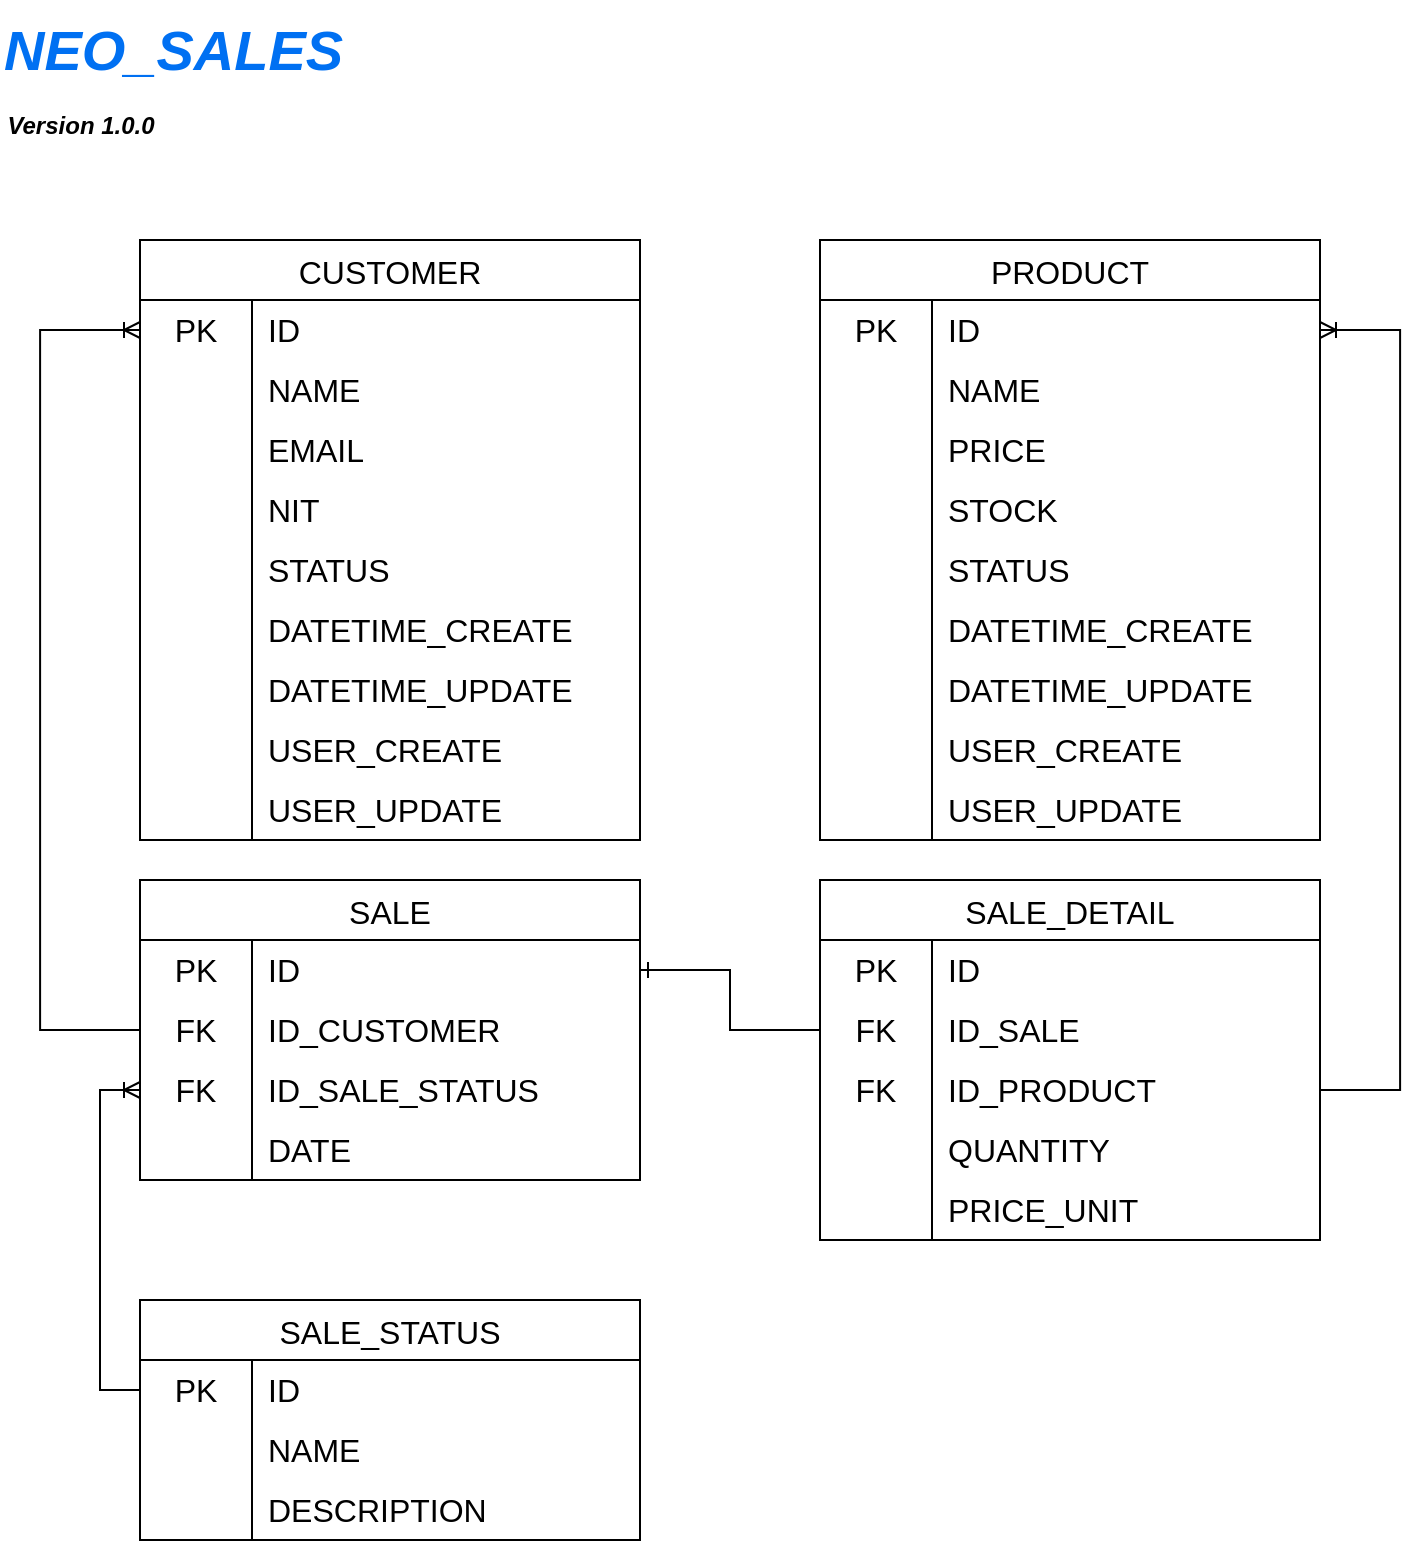
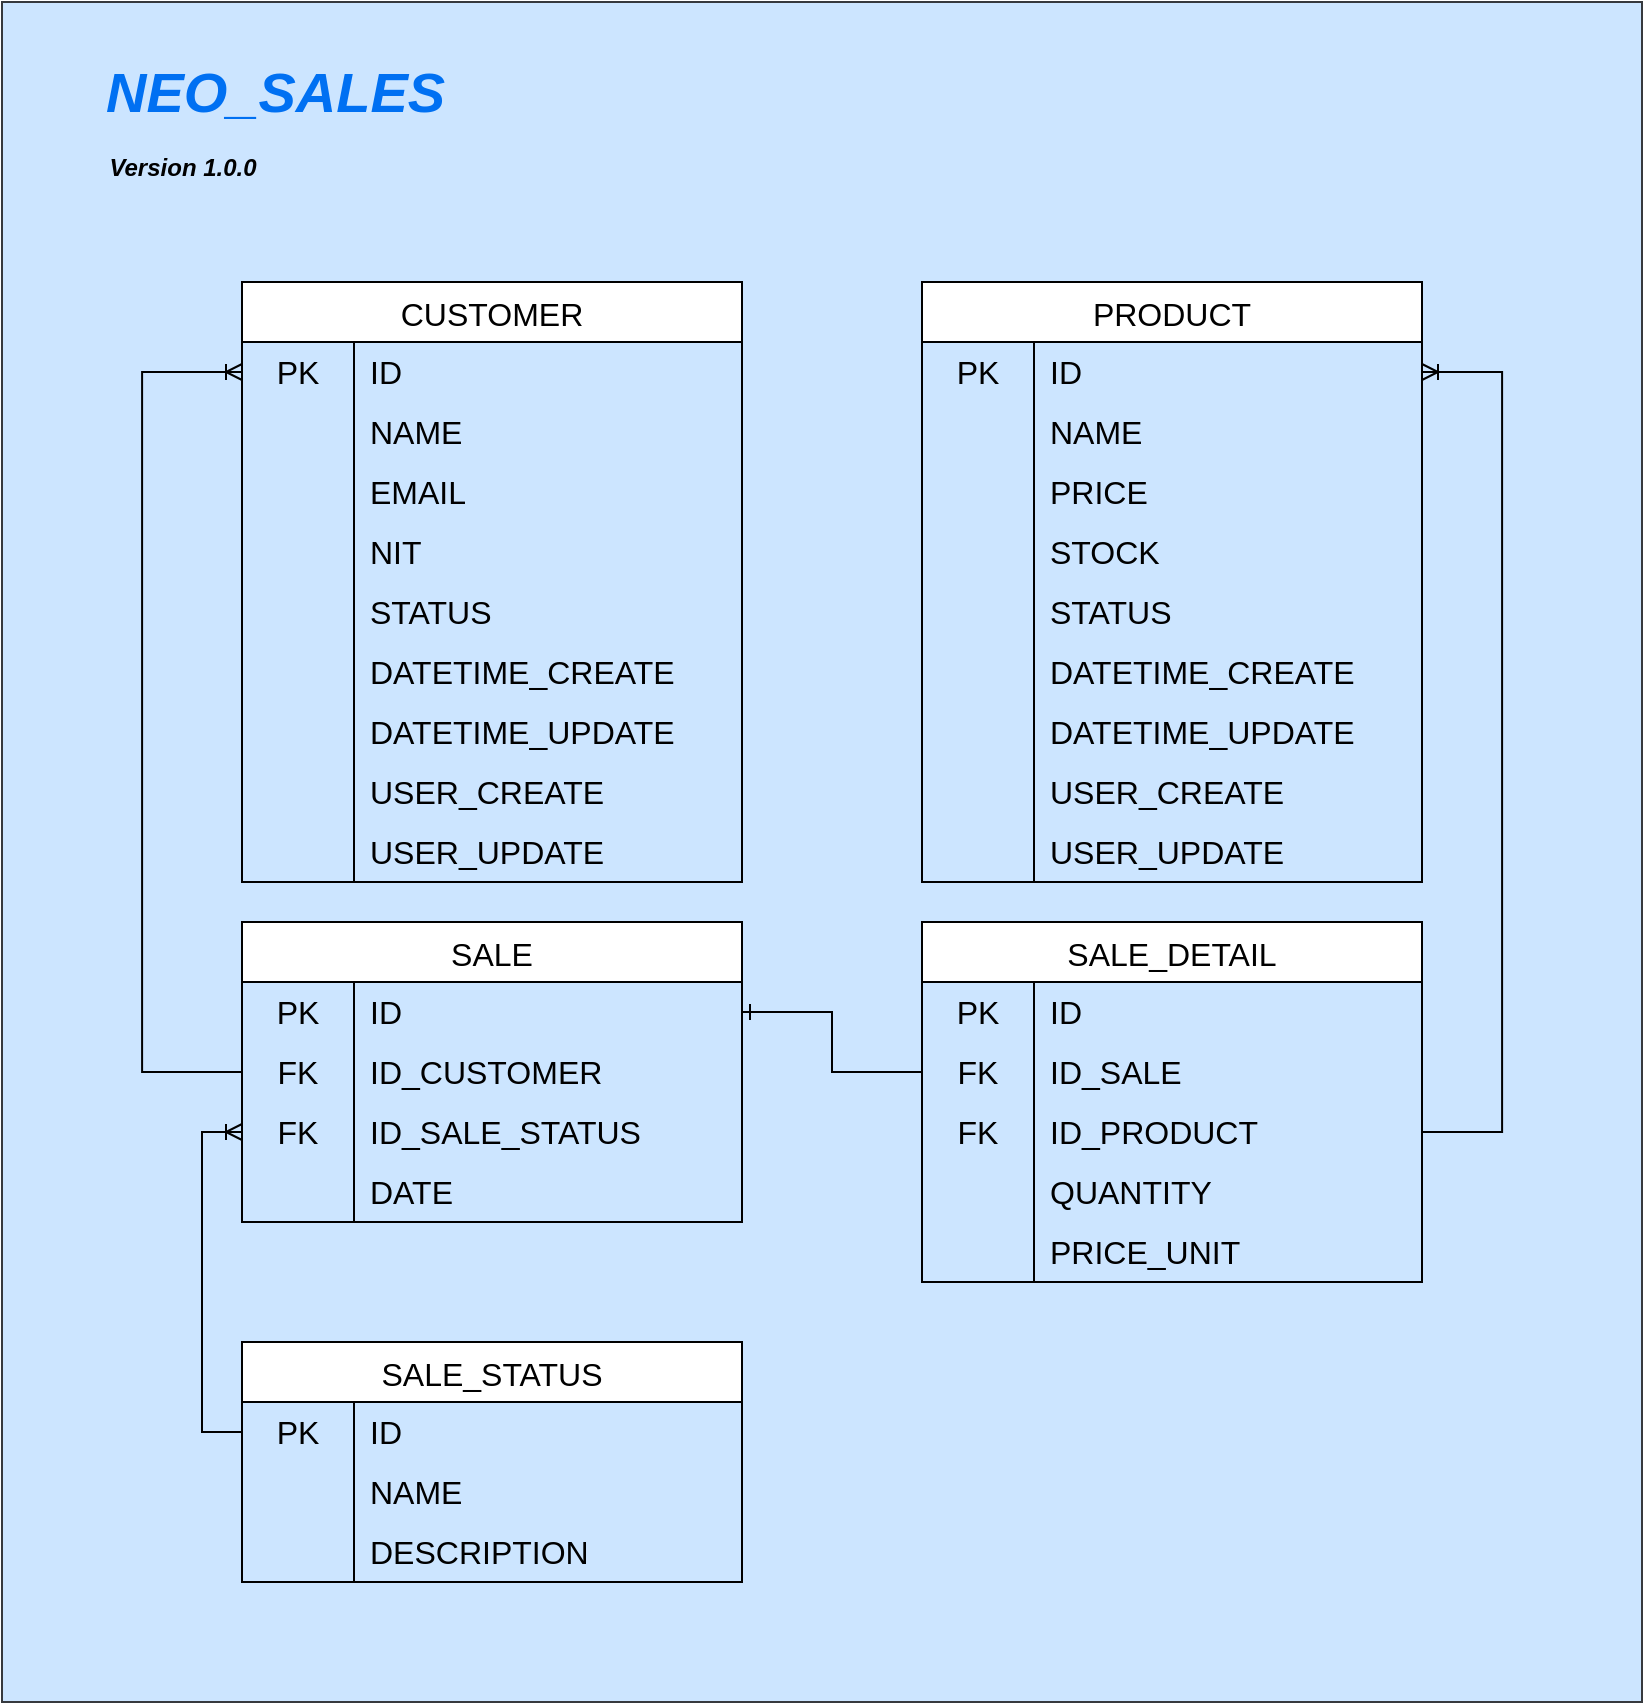
<mxfile host="Electron">
  <diagram id="pKOhz8ZZri_PyalXEFgO" name="Page-1">
-     <mxGraphModel dx="1414" dy="1975" grid="1" gridSize="10" guides="1" tooltips="1" connect="1" arrows="1" fold="1" page="1" pageScale="1" pageWidth="850" pageHeight="1100" math="0" shadow="0">
+     <mxGraphModel dx="2020" dy="2350" grid="1" gridSize="10" guides="1" tooltips="1" connect="1" arrows="1" fold="1" page="1" pageScale="1" pageWidth="850" pageHeight="1100" math="0" shadow="0">
      <root>
        <mxCell id="0" />
        <mxCell id="1" parent="0" />
+         <mxCell id="2u0UX8FqfCRjnRA3boOV-11" parent="1" style="rounded=1;whiteSpace=wrap;html=1;fillColor=light-dark(#CCE5FF,#808080);strokeColor=#36393d;arcSize=0;" value="" vertex="1">
+           <mxGeometry height="850" width="820" x="40" y="-100" as="geometry" />
+         </mxCell>
        <mxCell id="2" parent="1" style="shape=table;startSize=30;container=1;collapsible=0;childLayout=tableLayout;fixedRows=1;rowLines=0;fontStyle=0;strokeColor=default;fontSize=16;" value="CUSTOMER" vertex="1">
          <mxGeometry height="300" width="250" x="160" y="40" as="geometry" />
        </mxCell>
        <mxCell id="3" parent="2" style="shape=tableRow;horizontal=0;startSize=0;swimlaneHead=0;swimlaneBody=0;top=0;left=0;bottom=0;right=0;collapsible=0;dropTarget=0;fillColor=none;points=[[0,0.5],[1,0.5]];portConstraint=eastwest;strokeColor=inherit;fontSize=16;" value="" vertex="1">
          <mxGeometry height="30" width="250" y="30" as="geometry" />
        </mxCell>
        <mxCell id="4" parent="3" style="shape=partialRectangle;html=1;whiteSpace=wrap;connectable=0;fillColor=none;top=0;left=0;bottom=0;right=0;overflow=hidden;pointerEvents=1;strokeColor=inherit;fontSize=16;" value="PK" vertex="1">
          <mxGeometry height="30" width="56" as="geometry">
            <mxRectangle height="30" width="56" as="alternateBounds" />
          </mxGeometry>
        </mxCell>
        <mxCell id="5" parent="3" style="shape=partialRectangle;html=1;whiteSpace=wrap;connectable=0;fillColor=none;top=0;left=0;bottom=0;right=0;align=left;spacingLeft=6;overflow=hidden;strokeColor=inherit;fontSize=16;" value="ID" vertex="1">
          <mxGeometry height="30" width="194" x="56" as="geometry">
            <mxRectangle height="30" width="194" as="alternateBounds" />
          </mxGeometry>
        </mxCell>
        <mxCell id="6" parent="2" style="shape=tableRow;horizontal=0;startSize=0;swimlaneHead=0;swimlaneBody=0;top=0;left=0;bottom=0;right=0;collapsible=0;dropTarget=0;fillColor=none;points=[[0,0.5],[1,0.5]];portConstraint=eastwest;strokeColor=inherit;fontSize=16;" value="" vertex="1">
          <mxGeometry height="30" width="250" y="60" as="geometry" />
        </mxCell>
        <mxCell id="7" parent="6" style="shape=partialRectangle;html=1;whiteSpace=wrap;connectable=0;fillColor=none;top=0;left=0;bottom=0;right=0;overflow=hidden;strokeColor=inherit;fontSize=16;" value="" vertex="1">
          <mxGeometry height="30" width="56" as="geometry">
            <mxRectangle height="30" width="56" as="alternateBounds" />
          </mxGeometry>
        </mxCell>
        <mxCell id="8" parent="6" style="shape=partialRectangle;html=1;whiteSpace=wrap;connectable=0;fillColor=none;top=0;left=0;bottom=0;right=0;align=left;spacingLeft=6;overflow=hidden;strokeColor=inherit;fontSize=16;" value="&lt;div&gt;NAME&lt;/div&gt;" vertex="1">
          <mxGeometry height="30" width="194" x="56" as="geometry">
            <mxRectangle height="30" width="194" as="alternateBounds" />
          </mxGeometry>
        </mxCell>
        <mxCell id="9" parent="2" style="shape=tableRow;horizontal=0;startSize=0;swimlaneHead=0;swimlaneBody=0;top=0;left=0;bottom=0;right=0;collapsible=0;dropTarget=0;fillColor=none;points=[[0,0.5],[1,0.5]];portConstraint=eastwest;strokeColor=inherit;fontSize=16;" value="" vertex="1">
          <mxGeometry height="30" width="250" y="90" as="geometry" />
        </mxCell>
        <mxCell id="10" parent="9" style="shape=partialRectangle;html=1;whiteSpace=wrap;connectable=0;fillColor=none;top=0;left=0;bottom=0;right=0;overflow=hidden;strokeColor=inherit;fontSize=16;" value="" vertex="1">
          <mxGeometry height="30" width="56" as="geometry">
            <mxRectangle height="30" width="56" as="alternateBounds" />
          </mxGeometry>
        </mxCell>
        <mxCell id="11" parent="9" style="shape=partialRectangle;html=1;whiteSpace=wrap;connectable=0;fillColor=none;top=0;left=0;bottom=0;right=0;align=left;spacingLeft=6;overflow=hidden;strokeColor=inherit;fontSize=16;" value="EMAIL" vertex="1">
          <mxGeometry height="30" width="194" x="56" as="geometry">
            <mxRectangle height="30" width="194" as="alternateBounds" />
          </mxGeometry>
        </mxCell>
        <mxCell id="uQLEiAbMt51ykX4zQsiA-172" parent="2" style="shape=tableRow;horizontal=0;startSize=0;swimlaneHead=0;swimlaneBody=0;top=0;left=0;bottom=0;right=0;collapsible=0;dropTarget=0;fillColor=none;points=[[0,0.5],[1,0.5]];portConstraint=eastwest;strokeColor=inherit;fontSize=16;" vertex="1">
          <mxGeometry height="30" width="250" y="120" as="geometry" />
        </mxCell>
        <mxCell id="uQLEiAbMt51ykX4zQsiA-173" parent="uQLEiAbMt51ykX4zQsiA-172" style="shape=partialRectangle;html=1;whiteSpace=wrap;connectable=0;fillColor=none;top=0;left=0;bottom=0;right=0;overflow=hidden;strokeColor=inherit;fontSize=16;" vertex="1">
          <mxGeometry height="30" width="56" as="geometry">
            <mxRectangle height="30" width="56" as="alternateBounds" />
          </mxGeometry>
        </mxCell>
        <mxCell id="uQLEiAbMt51ykX4zQsiA-174" parent="uQLEiAbMt51ykX4zQsiA-172" style="shape=partialRectangle;html=1;whiteSpace=wrap;connectable=0;fillColor=none;top=0;left=0;bottom=0;right=0;align=left;spacingLeft=6;overflow=hidden;strokeColor=inherit;fontSize=16;" value="NIT" vertex="1">
          <mxGeometry height="30" width="194" x="56" as="geometry">
            <mxRectangle height="30" width="194" as="alternateBounds" />
          </mxGeometry>
        </mxCell>
        <mxCell id="iClyQPcWoT30ps4uH1AF-11" parent="2" style="shape=tableRow;horizontal=0;startSize=0;swimlaneHead=0;swimlaneBody=0;top=0;left=0;bottom=0;right=0;collapsible=0;dropTarget=0;fillColor=none;points=[[0,0.5],[1,0.5]];portConstraint=eastwest;strokeColor=inherit;fontSize=16;" vertex="1">
          <mxGeometry height="30" width="250" y="150" as="geometry" />
        </mxCell>
        <mxCell id="iClyQPcWoT30ps4uH1AF-12" parent="iClyQPcWoT30ps4uH1AF-11" style="shape=partialRectangle;html=1;whiteSpace=wrap;connectable=0;fillColor=none;top=0;left=0;bottom=0;right=0;overflow=hidden;strokeColor=inherit;fontSize=16;" vertex="1">
          <mxGeometry height="30" width="56" as="geometry">
            <mxRectangle height="30" width="56" as="alternateBounds" />
          </mxGeometry>
        </mxCell>
        <mxCell id="iClyQPcWoT30ps4uH1AF-13" parent="iClyQPcWoT30ps4uH1AF-11" style="shape=partialRectangle;html=1;whiteSpace=wrap;connectable=0;fillColor=none;top=0;left=0;bottom=0;right=0;align=left;spacingLeft=6;overflow=hidden;strokeColor=inherit;fontSize=16;" value="STATUS" vertex="1">
          <mxGeometry height="30" width="194" x="56" as="geometry">
            <mxRectangle height="30" width="194" as="alternateBounds" />
          </mxGeometry>
        </mxCell>
        <mxCell id="uQLEiAbMt51ykX4zQsiA-11" parent="2" style="shape=tableRow;horizontal=0;startSize=0;swimlaneHead=0;swimlaneBody=0;top=0;left=0;bottom=0;right=0;collapsible=0;dropTarget=0;fillColor=none;points=[[0,0.5],[1,0.5]];portConstraint=eastwest;strokeColor=inherit;fontSize=16;" vertex="1">
          <mxGeometry height="30" width="250" y="180" as="geometry" />
        </mxCell>
        <mxCell id="uQLEiAbMt51ykX4zQsiA-12" parent="uQLEiAbMt51ykX4zQsiA-11" style="shape=partialRectangle;html=1;whiteSpace=wrap;connectable=0;fillColor=none;top=0;left=0;bottom=0;right=0;overflow=hidden;strokeColor=inherit;fontSize=16;" vertex="1">
          <mxGeometry height="30" width="56" as="geometry">
            <mxRectangle height="30" width="56" as="alternateBounds" />
          </mxGeometry>
        </mxCell>
        <mxCell id="uQLEiAbMt51ykX4zQsiA-13" parent="uQLEiAbMt51ykX4zQsiA-11" style="shape=partialRectangle;html=1;whiteSpace=wrap;connectable=0;fillColor=none;top=0;left=0;bottom=0;right=0;align=left;spacingLeft=6;overflow=hidden;strokeColor=inherit;fontSize=16;" value="DATETIME_CREATE" vertex="1">
          <mxGeometry height="30" width="194" x="56" as="geometry">
            <mxRectangle height="30" width="194" as="alternateBounds" />
          </mxGeometry>
        </mxCell>
        <mxCell id="uQLEiAbMt51ykX4zQsiA-14" parent="2" style="shape=tableRow;horizontal=0;startSize=0;swimlaneHead=0;swimlaneBody=0;top=0;left=0;bottom=0;right=0;collapsible=0;dropTarget=0;fillColor=none;points=[[0,0.5],[1,0.5]];portConstraint=eastwest;strokeColor=inherit;fontSize=16;" vertex="1">
          <mxGeometry height="30" width="250" y="210" as="geometry" />
        </mxCell>
        <mxCell id="uQLEiAbMt51ykX4zQsiA-15" parent="uQLEiAbMt51ykX4zQsiA-14" style="shape=partialRectangle;html=1;whiteSpace=wrap;connectable=0;fillColor=none;top=0;left=0;bottom=0;right=0;overflow=hidden;strokeColor=inherit;fontSize=16;" vertex="1">
          <mxGeometry height="30" width="56" as="geometry">
            <mxRectangle height="30" width="56" as="alternateBounds" />
          </mxGeometry>
        </mxCell>
        <mxCell id="uQLEiAbMt51ykX4zQsiA-16" parent="uQLEiAbMt51ykX4zQsiA-14" style="shape=partialRectangle;html=1;whiteSpace=wrap;connectable=0;fillColor=none;top=0;left=0;bottom=0;right=0;align=left;spacingLeft=6;overflow=hidden;strokeColor=inherit;fontSize=16;" value="DATETIME_UPDATE" vertex="1">
          <mxGeometry height="30" width="194" x="56" as="geometry">
            <mxRectangle height="30" width="194" as="alternateBounds" />
          </mxGeometry>
        </mxCell>
        <mxCell id="uQLEiAbMt51ykX4zQsiA-17" parent="2" style="shape=tableRow;horizontal=0;startSize=0;swimlaneHead=0;swimlaneBody=0;top=0;left=0;bottom=0;right=0;collapsible=0;dropTarget=0;fillColor=none;points=[[0,0.5],[1,0.5]];portConstraint=eastwest;strokeColor=inherit;fontSize=16;" vertex="1">
          <mxGeometry height="30" width="250" y="240" as="geometry" />
        </mxCell>
        <mxCell id="uQLEiAbMt51ykX4zQsiA-18" parent="uQLEiAbMt51ykX4zQsiA-17" style="shape=partialRectangle;html=1;whiteSpace=wrap;connectable=0;fillColor=none;top=0;left=0;bottom=0;right=0;overflow=hidden;strokeColor=inherit;fontSize=16;" vertex="1">
          <mxGeometry height="30" width="56" as="geometry">
            <mxRectangle height="30" width="56" as="alternateBounds" />
          </mxGeometry>
        </mxCell>
        <mxCell id="uQLEiAbMt51ykX4zQsiA-19" parent="uQLEiAbMt51ykX4zQsiA-17" style="shape=partialRectangle;html=1;whiteSpace=wrap;connectable=0;fillColor=none;top=0;left=0;bottom=0;right=0;align=left;spacingLeft=6;overflow=hidden;strokeColor=inherit;fontSize=16;" value="USER_CREATE" vertex="1">
          <mxGeometry height="30" width="194" x="56" as="geometry">
            <mxRectangle height="30" width="194" as="alternateBounds" />
          </mxGeometry>
        </mxCell>
        <mxCell id="uQLEiAbMt51ykX4zQsiA-20" parent="2" style="shape=tableRow;horizontal=0;startSize=0;swimlaneHead=0;swimlaneBody=0;top=0;left=0;bottom=0;right=0;collapsible=0;dropTarget=0;fillColor=none;points=[[0,0.5],[1,0.5]];portConstraint=eastwest;strokeColor=inherit;fontSize=16;" vertex="1">
          <mxGeometry height="30" width="250" y="270" as="geometry" />
        </mxCell>
        <mxCell id="uQLEiAbMt51ykX4zQsiA-21" parent="uQLEiAbMt51ykX4zQsiA-20" style="shape=partialRectangle;html=1;whiteSpace=wrap;connectable=0;fillColor=none;top=0;left=0;bottom=0;right=0;overflow=hidden;strokeColor=inherit;fontSize=16;" vertex="1">
          <mxGeometry height="30" width="56" as="geometry">
            <mxRectangle height="30" width="56" as="alternateBounds" />
          </mxGeometry>
        </mxCell>
        <mxCell id="uQLEiAbMt51ykX4zQsiA-22" parent="uQLEiAbMt51ykX4zQsiA-20" style="shape=partialRectangle;html=1;whiteSpace=wrap;connectable=0;fillColor=none;top=0;left=0;bottom=0;right=0;align=left;spacingLeft=6;overflow=hidden;strokeColor=inherit;fontSize=16;" value="USER_UPDATE" vertex="1">
          <mxGeometry height="30" width="194" x="56" as="geometry">
            <mxRectangle height="30" width="194" as="alternateBounds" />
          </mxGeometry>
        </mxCell>
        <mxCell id="uQLEiAbMt51ykX4zQsiA-23" parent="1" style="shape=table;startSize=30;container=1;collapsible=0;childLayout=tableLayout;fixedRows=1;rowLines=0;fontStyle=0;strokeColor=default;fontSize=16;" value="PRODUCT" vertex="1">
          <mxGeometry height="300" width="250" x="500" y="40" as="geometry" />
        </mxCell>
        <mxCell id="uQLEiAbMt51ykX4zQsiA-24" parent="uQLEiAbMt51ykX4zQsiA-23" style="shape=tableRow;horizontal=0;startSize=0;swimlaneHead=0;swimlaneBody=0;top=0;left=0;bottom=0;right=0;collapsible=0;dropTarget=0;fillColor=none;points=[[0,0.5],[1,0.5]];portConstraint=eastwest;strokeColor=inherit;fontSize=16;" value="" vertex="1">
          <mxGeometry height="30" width="250" y="30" as="geometry" />
        </mxCell>
        <mxCell id="uQLEiAbMt51ykX4zQsiA-25" parent="uQLEiAbMt51ykX4zQsiA-24" style="shape=partialRectangle;html=1;whiteSpace=wrap;connectable=0;fillColor=none;top=0;left=0;bottom=0;right=0;overflow=hidden;pointerEvents=1;strokeColor=inherit;fontSize=16;" value="PK" vertex="1">
          <mxGeometry height="30" width="56" as="geometry">
            <mxRectangle height="30" width="56" as="alternateBounds" />
          </mxGeometry>
        </mxCell>
        <mxCell id="uQLEiAbMt51ykX4zQsiA-26" parent="uQLEiAbMt51ykX4zQsiA-24" style="shape=partialRectangle;html=1;whiteSpace=wrap;connectable=0;fillColor=none;top=0;left=0;bottom=0;right=0;align=left;spacingLeft=6;overflow=hidden;strokeColor=inherit;fontSize=16;" value="ID" vertex="1">
          <mxGeometry height="30" width="194" x="56" as="geometry">
            <mxRectangle height="30" width="194" as="alternateBounds" />
          </mxGeometry>
        </mxCell>
        <mxCell id="uQLEiAbMt51ykX4zQsiA-27" parent="uQLEiAbMt51ykX4zQsiA-23" style="shape=tableRow;horizontal=0;startSize=0;swimlaneHead=0;swimlaneBody=0;top=0;left=0;bottom=0;right=0;collapsible=0;dropTarget=0;fillColor=none;points=[[0,0.5],[1,0.5]];portConstraint=eastwest;strokeColor=inherit;fontSize=16;" value="" vertex="1">
          <mxGeometry height="30" width="250" y="60" as="geometry" />
        </mxCell>
        <mxCell id="uQLEiAbMt51ykX4zQsiA-28" parent="uQLEiAbMt51ykX4zQsiA-27" style="shape=partialRectangle;html=1;whiteSpace=wrap;connectable=0;fillColor=none;top=0;left=0;bottom=0;right=0;overflow=hidden;strokeColor=inherit;fontSize=16;" value="" vertex="1">
          <mxGeometry height="30" width="56" as="geometry">
            <mxRectangle height="30" width="56" as="alternateBounds" />
          </mxGeometry>
        </mxCell>
        <mxCell id="uQLEiAbMt51ykX4zQsiA-29" parent="uQLEiAbMt51ykX4zQsiA-27" style="shape=partialRectangle;html=1;whiteSpace=wrap;connectable=0;fillColor=none;top=0;left=0;bottom=0;right=0;align=left;spacingLeft=6;overflow=hidden;strokeColor=inherit;fontSize=16;" value="&lt;div&gt;NAME&lt;/div&gt;" vertex="1">
          <mxGeometry height="30" width="194" x="56" as="geometry">
            <mxRectangle height="30" width="194" as="alternateBounds" />
          </mxGeometry>
        </mxCell>
        <mxCell id="uQLEiAbMt51ykX4zQsiA-30" parent="uQLEiAbMt51ykX4zQsiA-23" style="shape=tableRow;horizontal=0;startSize=0;swimlaneHead=0;swimlaneBody=0;top=0;left=0;bottom=0;right=0;collapsible=0;dropTarget=0;fillColor=none;points=[[0,0.5],[1,0.5]];portConstraint=eastwest;strokeColor=inherit;fontSize=16;" value="" vertex="1">
          <mxGeometry height="30" width="250" y="90" as="geometry" />
        </mxCell>
        <mxCell id="uQLEiAbMt51ykX4zQsiA-31" parent="uQLEiAbMt51ykX4zQsiA-30" style="shape=partialRectangle;html=1;whiteSpace=wrap;connectable=0;fillColor=none;top=0;left=0;bottom=0;right=0;overflow=hidden;strokeColor=inherit;fontSize=16;" value="" vertex="1">
          <mxGeometry height="30" width="56" as="geometry">
            <mxRectangle height="30" width="56" as="alternateBounds" />
          </mxGeometry>
        </mxCell>
        <mxCell id="uQLEiAbMt51ykX4zQsiA-32" parent="uQLEiAbMt51ykX4zQsiA-30" style="shape=partialRectangle;html=1;whiteSpace=wrap;connectable=0;fillColor=none;top=0;left=0;bottom=0;right=0;align=left;spacingLeft=6;overflow=hidden;strokeColor=inherit;fontSize=16;" value="PRICE" vertex="1">
          <mxGeometry height="30" width="194" x="56" as="geometry">
            <mxRectangle height="30" width="194" as="alternateBounds" />
          </mxGeometry>
        </mxCell>
        <mxCell id="uQLEiAbMt51ykX4zQsiA-45" parent="uQLEiAbMt51ykX4zQsiA-23" style="shape=tableRow;horizontal=0;startSize=0;swimlaneHead=0;swimlaneBody=0;top=0;left=0;bottom=0;right=0;collapsible=0;dropTarget=0;fillColor=none;points=[[0,0.5],[1,0.5]];portConstraint=eastwest;strokeColor=inherit;fontSize=16;" vertex="1">
          <mxGeometry height="30" width="250" y="120" as="geometry" />
        </mxCell>
        <mxCell id="uQLEiAbMt51ykX4zQsiA-46" parent="uQLEiAbMt51ykX4zQsiA-45" style="shape=partialRectangle;html=1;whiteSpace=wrap;connectable=0;fillColor=none;top=0;left=0;bottom=0;right=0;overflow=hidden;strokeColor=inherit;fontSize=16;" vertex="1">
          <mxGeometry height="30" width="56" as="geometry">
            <mxRectangle height="30" width="56" as="alternateBounds" />
          </mxGeometry>
        </mxCell>
        <mxCell id="uQLEiAbMt51ykX4zQsiA-47" parent="uQLEiAbMt51ykX4zQsiA-45" style="shape=partialRectangle;html=1;whiteSpace=wrap;connectable=0;fillColor=none;top=0;left=0;bottom=0;right=0;align=left;spacingLeft=6;overflow=hidden;strokeColor=inherit;fontSize=16;" value="STOCK" vertex="1">
          <mxGeometry height="30" width="194" x="56" as="geometry">
            <mxRectangle height="30" width="194" as="alternateBounds" />
          </mxGeometry>
        </mxCell>
        <mxCell id="uQLEiAbMt51ykX4zQsiA-117" parent="uQLEiAbMt51ykX4zQsiA-23" style="shape=tableRow;horizontal=0;startSize=0;swimlaneHead=0;swimlaneBody=0;top=0;left=0;bottom=0;right=0;collapsible=0;dropTarget=0;fillColor=none;points=[[0,0.5],[1,0.5]];portConstraint=eastwest;strokeColor=inherit;fontSize=16;" vertex="1">
          <mxGeometry height="30" width="250" y="150" as="geometry" />
        </mxCell>
        <mxCell id="uQLEiAbMt51ykX4zQsiA-118" parent="uQLEiAbMt51ykX4zQsiA-117" style="shape=partialRectangle;html=1;whiteSpace=wrap;connectable=0;fillColor=none;top=0;left=0;bottom=0;right=0;overflow=hidden;strokeColor=inherit;fontSize=16;" vertex="1">
          <mxGeometry height="30" width="56" as="geometry">
            <mxRectangle height="30" width="56" as="alternateBounds" />
          </mxGeometry>
        </mxCell>
        <mxCell id="uQLEiAbMt51ykX4zQsiA-119" parent="uQLEiAbMt51ykX4zQsiA-117" style="shape=partialRectangle;html=1;whiteSpace=wrap;connectable=0;fillColor=none;top=0;left=0;bottom=0;right=0;align=left;spacingLeft=6;overflow=hidden;strokeColor=inherit;fontSize=16;" value="STATUS" vertex="1">
          <mxGeometry height="30" width="194" x="56" as="geometry">
            <mxRectangle height="30" width="194" as="alternateBounds" />
          </mxGeometry>
        </mxCell>
        <mxCell id="uQLEiAbMt51ykX4zQsiA-33" parent="uQLEiAbMt51ykX4zQsiA-23" style="shape=tableRow;horizontal=0;startSize=0;swimlaneHead=0;swimlaneBody=0;top=0;left=0;bottom=0;right=0;collapsible=0;dropTarget=0;fillColor=none;points=[[0,0.5],[1,0.5]];portConstraint=eastwest;strokeColor=inherit;fontSize=16;" vertex="1">
          <mxGeometry height="30" width="250" y="180" as="geometry" />
        </mxCell>
        <mxCell id="uQLEiAbMt51ykX4zQsiA-34" parent="uQLEiAbMt51ykX4zQsiA-33" style="shape=partialRectangle;html=1;whiteSpace=wrap;connectable=0;fillColor=none;top=0;left=0;bottom=0;right=0;overflow=hidden;strokeColor=inherit;fontSize=16;" vertex="1">
          <mxGeometry height="30" width="56" as="geometry">
            <mxRectangle height="30" width="56" as="alternateBounds" />
          </mxGeometry>
        </mxCell>
        <mxCell id="uQLEiAbMt51ykX4zQsiA-35" parent="uQLEiAbMt51ykX4zQsiA-33" style="shape=partialRectangle;html=1;whiteSpace=wrap;connectable=0;fillColor=none;top=0;left=0;bottom=0;right=0;align=left;spacingLeft=6;overflow=hidden;strokeColor=inherit;fontSize=16;" value="DATETIME_CREATE" vertex="1">
          <mxGeometry height="30" width="194" x="56" as="geometry">
            <mxRectangle height="30" width="194" as="alternateBounds" />
          </mxGeometry>
        </mxCell>
        <mxCell id="uQLEiAbMt51ykX4zQsiA-36" parent="uQLEiAbMt51ykX4zQsiA-23" style="shape=tableRow;horizontal=0;startSize=0;swimlaneHead=0;swimlaneBody=0;top=0;left=0;bottom=0;right=0;collapsible=0;dropTarget=0;fillColor=none;points=[[0,0.5],[1,0.5]];portConstraint=eastwest;strokeColor=inherit;fontSize=16;" vertex="1">
          <mxGeometry height="30" width="250" y="210" as="geometry" />
        </mxCell>
        <mxCell id="uQLEiAbMt51ykX4zQsiA-37" parent="uQLEiAbMt51ykX4zQsiA-36" style="shape=partialRectangle;html=1;whiteSpace=wrap;connectable=0;fillColor=none;top=0;left=0;bottom=0;right=0;overflow=hidden;strokeColor=inherit;fontSize=16;" vertex="1">
          <mxGeometry height="30" width="56" as="geometry">
            <mxRectangle height="30" width="56" as="alternateBounds" />
          </mxGeometry>
        </mxCell>
        <mxCell id="uQLEiAbMt51ykX4zQsiA-38" parent="uQLEiAbMt51ykX4zQsiA-36" style="shape=partialRectangle;html=1;whiteSpace=wrap;connectable=0;fillColor=none;top=0;left=0;bottom=0;right=0;align=left;spacingLeft=6;overflow=hidden;strokeColor=inherit;fontSize=16;" value="DATETIME_UPDATE" vertex="1">
          <mxGeometry height="30" width="194" x="56" as="geometry">
            <mxRectangle height="30" width="194" as="alternateBounds" />
          </mxGeometry>
        </mxCell>
        <mxCell id="uQLEiAbMt51ykX4zQsiA-39" parent="uQLEiAbMt51ykX4zQsiA-23" style="shape=tableRow;horizontal=0;startSize=0;swimlaneHead=0;swimlaneBody=0;top=0;left=0;bottom=0;right=0;collapsible=0;dropTarget=0;fillColor=none;points=[[0,0.5],[1,0.5]];portConstraint=eastwest;strokeColor=inherit;fontSize=16;" vertex="1">
          <mxGeometry height="30" width="250" y="240" as="geometry" />
        </mxCell>
        <mxCell id="uQLEiAbMt51ykX4zQsiA-40" parent="uQLEiAbMt51ykX4zQsiA-39" style="shape=partialRectangle;html=1;whiteSpace=wrap;connectable=0;fillColor=none;top=0;left=0;bottom=0;right=0;overflow=hidden;strokeColor=inherit;fontSize=16;" vertex="1">
          <mxGeometry height="30" width="56" as="geometry">
            <mxRectangle height="30" width="56" as="alternateBounds" />
          </mxGeometry>
        </mxCell>
        <mxCell id="uQLEiAbMt51ykX4zQsiA-41" parent="uQLEiAbMt51ykX4zQsiA-39" style="shape=partialRectangle;html=1;whiteSpace=wrap;connectable=0;fillColor=none;top=0;left=0;bottom=0;right=0;align=left;spacingLeft=6;overflow=hidden;strokeColor=inherit;fontSize=16;" value="USER_CREATE" vertex="1">
          <mxGeometry height="30" width="194" x="56" as="geometry">
            <mxRectangle height="30" width="194" as="alternateBounds" />
          </mxGeometry>
        </mxCell>
        <mxCell id="uQLEiAbMt51ykX4zQsiA-42" parent="uQLEiAbMt51ykX4zQsiA-23" style="shape=tableRow;horizontal=0;startSize=0;swimlaneHead=0;swimlaneBody=0;top=0;left=0;bottom=0;right=0;collapsible=0;dropTarget=0;fillColor=none;points=[[0,0.5],[1,0.5]];portConstraint=eastwest;strokeColor=inherit;fontSize=16;" vertex="1">
          <mxGeometry height="30" width="250" y="270" as="geometry" />
        </mxCell>
        <mxCell id="uQLEiAbMt51ykX4zQsiA-43" parent="uQLEiAbMt51ykX4zQsiA-42" style="shape=partialRectangle;html=1;whiteSpace=wrap;connectable=0;fillColor=none;top=0;left=0;bottom=0;right=0;overflow=hidden;strokeColor=inherit;fontSize=16;" vertex="1">
          <mxGeometry height="30" width="56" as="geometry">
            <mxRectangle height="30" width="56" as="alternateBounds" />
          </mxGeometry>
        </mxCell>
        <mxCell id="uQLEiAbMt51ykX4zQsiA-44" parent="uQLEiAbMt51ykX4zQsiA-42" style="shape=partialRectangle;html=1;whiteSpace=wrap;connectable=0;fillColor=none;top=0;left=0;bottom=0;right=0;align=left;spacingLeft=6;overflow=hidden;strokeColor=inherit;fontSize=16;" value="USER_UPDATE" vertex="1">
          <mxGeometry height="30" width="194" x="56" as="geometry">
            <mxRectangle height="30" width="194" as="alternateBounds" />
          </mxGeometry>
        </mxCell>
        <mxCell id="uQLEiAbMt51ykX4zQsiA-48" parent="1" style="shape=table;startSize=30;container=1;collapsible=0;childLayout=tableLayout;fixedRows=1;rowLines=0;fontStyle=0;strokeColor=default;fontSize=16;" value="SALE" vertex="1">
          <mxGeometry height="150" width="250" x="160" y="360" as="geometry" />
        </mxCell>
        <mxCell id="uQLEiAbMt51ykX4zQsiA-49" parent="uQLEiAbMt51ykX4zQsiA-48" style="shape=tableRow;horizontal=0;startSize=0;swimlaneHead=0;swimlaneBody=0;top=0;left=0;bottom=0;right=0;collapsible=0;dropTarget=0;fillColor=none;points=[[0,0.5],[1,0.5]];portConstraint=eastwest;strokeColor=inherit;fontSize=16;" value="" vertex="1">
          <mxGeometry height="30" width="250" y="30" as="geometry" />
        </mxCell>
        <mxCell id="uQLEiAbMt51ykX4zQsiA-50" parent="uQLEiAbMt51ykX4zQsiA-49" style="shape=partialRectangle;html=1;whiteSpace=wrap;connectable=0;fillColor=none;top=0;left=0;bottom=0;right=0;overflow=hidden;pointerEvents=1;strokeColor=inherit;fontSize=16;" value="PK" vertex="1">
          <mxGeometry height="30" width="56" as="geometry">
            <mxRectangle height="30" width="56" as="alternateBounds" />
          </mxGeometry>
        </mxCell>
        <mxCell id="uQLEiAbMt51ykX4zQsiA-51" parent="uQLEiAbMt51ykX4zQsiA-49" style="shape=partialRectangle;html=1;whiteSpace=wrap;connectable=0;fillColor=none;top=0;left=0;bottom=0;right=0;align=left;spacingLeft=6;overflow=hidden;strokeColor=inherit;fontSize=16;" value="ID" vertex="1">
          <mxGeometry height="30" width="194" x="56" as="geometry">
            <mxRectangle height="30" width="194" as="alternateBounds" />
          </mxGeometry>
        </mxCell>
        <mxCell id="uQLEiAbMt51ykX4zQsiA-52" parent="uQLEiAbMt51ykX4zQsiA-48" style="shape=tableRow;horizontal=0;startSize=0;swimlaneHead=0;swimlaneBody=0;top=0;left=0;bottom=0;right=0;collapsible=0;dropTarget=0;fillColor=none;points=[[0,0.5],[1,0.5]];portConstraint=eastwest;strokeColor=inherit;fontSize=16;" value="" vertex="1">
          <mxGeometry height="30" width="250" y="60" as="geometry" />
        </mxCell>
        <mxCell id="uQLEiAbMt51ykX4zQsiA-53" parent="uQLEiAbMt51ykX4zQsiA-52" style="shape=partialRectangle;html=1;whiteSpace=wrap;connectable=0;fillColor=none;top=0;left=0;bottom=0;right=0;overflow=hidden;strokeColor=inherit;fontSize=16;" value="FK" vertex="1">
          <mxGeometry height="30" width="56" as="geometry">
            <mxRectangle height="30" width="56" as="alternateBounds" />
          </mxGeometry>
        </mxCell>
        <mxCell id="uQLEiAbMt51ykX4zQsiA-54" parent="uQLEiAbMt51ykX4zQsiA-52" style="shape=partialRectangle;html=1;whiteSpace=wrap;connectable=0;fillColor=none;top=0;left=0;bottom=0;right=0;align=left;spacingLeft=6;overflow=hidden;strokeColor=inherit;fontSize=16;" value="&lt;div&gt;ID_CUSTOMER&lt;/div&gt;" vertex="1">
          <mxGeometry height="30" width="194" x="56" as="geometry">
            <mxRectangle height="30" width="194" as="alternateBounds" />
          </mxGeometry>
        </mxCell>
        <mxCell id="uQLEiAbMt51ykX4zQsiA-164" parent="uQLEiAbMt51ykX4zQsiA-48" style="shape=tableRow;horizontal=0;startSize=0;swimlaneHead=0;swimlaneBody=0;top=0;left=0;bottom=0;right=0;collapsible=0;dropTarget=0;fillColor=none;points=[[0,0.5],[1,0.5]];portConstraint=eastwest;strokeColor=inherit;fontSize=16;" vertex="1">
          <mxGeometry height="30" width="250" y="90" as="geometry" />
        </mxCell>
        <mxCell id="uQLEiAbMt51ykX4zQsiA-165" parent="uQLEiAbMt51ykX4zQsiA-164" style="shape=partialRectangle;html=1;whiteSpace=wrap;connectable=0;fillColor=none;top=0;left=0;bottom=0;right=0;overflow=hidden;strokeColor=inherit;fontSize=16;" value="FK" vertex="1">
          <mxGeometry height="30" width="56" as="geometry">
            <mxRectangle height="30" width="56" as="alternateBounds" />
          </mxGeometry>
        </mxCell>
        <mxCell id="uQLEiAbMt51ykX4zQsiA-166" parent="uQLEiAbMt51ykX4zQsiA-164" style="shape=partialRectangle;html=1;whiteSpace=wrap;connectable=0;fillColor=none;top=0;left=0;bottom=0;right=0;align=left;spacingLeft=6;overflow=hidden;strokeColor=inherit;fontSize=16;" value="ID_SALE_STATUS" vertex="1">
          <mxGeometry height="30" width="194" x="56" as="geometry">
            <mxRectangle height="30" width="194" as="alternateBounds" />
          </mxGeometry>
        </mxCell>
        <mxCell id="uQLEiAbMt51ykX4zQsiA-55" parent="uQLEiAbMt51ykX4zQsiA-48" style="shape=tableRow;horizontal=0;startSize=0;swimlaneHead=0;swimlaneBody=0;top=0;left=0;bottom=0;right=0;collapsible=0;dropTarget=0;fillColor=none;points=[[0,0.5],[1,0.5]];portConstraint=eastwest;strokeColor=inherit;fontSize=16;" value="" vertex="1">
          <mxGeometry height="30" width="250" y="120" as="geometry" />
        </mxCell>
        <mxCell id="uQLEiAbMt51ykX4zQsiA-56" parent="uQLEiAbMt51ykX4zQsiA-55" style="shape=partialRectangle;html=1;whiteSpace=wrap;connectable=0;fillColor=none;top=0;left=0;bottom=0;right=0;overflow=hidden;strokeColor=inherit;fontSize=16;" value="" vertex="1">
          <mxGeometry height="30" width="56" as="geometry">
            <mxRectangle height="30" width="56" as="alternateBounds" />
          </mxGeometry>
        </mxCell>
        <mxCell id="uQLEiAbMt51ykX4zQsiA-57" parent="uQLEiAbMt51ykX4zQsiA-55" style="shape=partialRectangle;html=1;whiteSpace=wrap;connectable=0;fillColor=none;top=0;left=0;bottom=0;right=0;align=left;spacingLeft=6;overflow=hidden;strokeColor=inherit;fontSize=16;" value="DATE" vertex="1">
          <mxGeometry height="30" width="194" x="56" as="geometry">
            <mxRectangle height="30" width="194" as="alternateBounds" />
          </mxGeometry>
        </mxCell>
        <mxCell id="uQLEiAbMt51ykX4zQsiA-73" edge="1" parent="1" source="uQLEiAbMt51ykX4zQsiA-52" style="edgeStyle=orthogonalEdgeStyle;rounded=0;orthogonalLoop=1;jettySize=auto;html=1;entryX=0;entryY=0.5;entryDx=0;entryDy=0;endArrow=ERoneToMany;endFill=0;" target="3">
          <mxGeometry relative="1" as="geometry">
            <Array as="points">
              <mxPoint x="110.06" y="435" />
              <mxPoint x="110.06" y="85" />
            </Array>
          </mxGeometry>
        </mxCell>
        <mxCell id="uQLEiAbMt51ykX4zQsiA-99" parent="1" style="shape=table;startSize=30;container=1;collapsible=0;childLayout=tableLayout;fixedRows=1;rowLines=0;fontStyle=0;strokeColor=default;fontSize=16;" value="SALE_DETAIL" vertex="1">
          <mxGeometry height="180" width="250" x="500" y="360" as="geometry" />
        </mxCell>
        <mxCell id="uQLEiAbMt51ykX4zQsiA-100" parent="uQLEiAbMt51ykX4zQsiA-99" style="shape=tableRow;horizontal=0;startSize=0;swimlaneHead=0;swimlaneBody=0;top=0;left=0;bottom=0;right=0;collapsible=0;dropTarget=0;fillColor=none;points=[[0,0.5],[1,0.5]];portConstraint=eastwest;strokeColor=inherit;fontSize=16;" value="" vertex="1">
          <mxGeometry height="30" width="250" y="30" as="geometry" />
        </mxCell>
        <mxCell id="uQLEiAbMt51ykX4zQsiA-101" parent="uQLEiAbMt51ykX4zQsiA-100" style="shape=partialRectangle;html=1;whiteSpace=wrap;connectable=0;fillColor=none;top=0;left=0;bottom=0;right=0;overflow=hidden;pointerEvents=1;strokeColor=inherit;fontSize=16;" value="PK" vertex="1">
          <mxGeometry height="30" width="56" as="geometry">
            <mxRectangle height="30" width="56" as="alternateBounds" />
          </mxGeometry>
        </mxCell>
        <mxCell id="uQLEiAbMt51ykX4zQsiA-102" parent="uQLEiAbMt51ykX4zQsiA-100" style="shape=partialRectangle;html=1;whiteSpace=wrap;connectable=0;fillColor=none;top=0;left=0;bottom=0;right=0;align=left;spacingLeft=6;overflow=hidden;strokeColor=inherit;fontSize=16;" value="ID" vertex="1">
          <mxGeometry height="30" width="194" x="56" as="geometry">
            <mxRectangle height="30" width="194" as="alternateBounds" />
          </mxGeometry>
        </mxCell>
        <mxCell id="uQLEiAbMt51ykX4zQsiA-103" parent="uQLEiAbMt51ykX4zQsiA-99" style="shape=tableRow;horizontal=0;startSize=0;swimlaneHead=0;swimlaneBody=0;top=0;left=0;bottom=0;right=0;collapsible=0;dropTarget=0;fillColor=none;points=[[0,0.5],[1,0.5]];portConstraint=eastwest;strokeColor=inherit;fontSize=16;" value="" vertex="1">
          <mxGeometry height="30" width="250" y="60" as="geometry" />
        </mxCell>
        <mxCell id="uQLEiAbMt51ykX4zQsiA-104" parent="uQLEiAbMt51ykX4zQsiA-103" style="shape=partialRectangle;html=1;whiteSpace=wrap;connectable=0;fillColor=none;top=0;left=0;bottom=0;right=0;overflow=hidden;strokeColor=inherit;fontSize=16;" value="FK" vertex="1">
          <mxGeometry height="30" width="56" as="geometry">
            <mxRectangle height="30" width="56" as="alternateBounds" />
          </mxGeometry>
        </mxCell>
        <mxCell id="uQLEiAbMt51ykX4zQsiA-105" parent="uQLEiAbMt51ykX4zQsiA-103" style="shape=partialRectangle;html=1;whiteSpace=wrap;connectable=0;fillColor=none;top=0;left=0;bottom=0;right=0;align=left;spacingLeft=6;overflow=hidden;strokeColor=inherit;fontSize=16;" value="&lt;div&gt;ID_SALE&lt;/div&gt;" vertex="1">
          <mxGeometry height="30" width="194" x="56" as="geometry">
            <mxRectangle height="30" width="194" as="alternateBounds" />
          </mxGeometry>
        </mxCell>
        <mxCell id="uQLEiAbMt51ykX4zQsiA-106" parent="uQLEiAbMt51ykX4zQsiA-99" style="shape=tableRow;horizontal=0;startSize=0;swimlaneHead=0;swimlaneBody=0;top=0;left=0;bottom=0;right=0;collapsible=0;dropTarget=0;fillColor=none;points=[[0,0.5],[1,0.5]];portConstraint=eastwest;strokeColor=inherit;fontSize=16;" value="" vertex="1">
          <mxGeometry height="30" width="250" y="90" as="geometry" />
        </mxCell>
        <mxCell id="uQLEiAbMt51ykX4zQsiA-107" parent="uQLEiAbMt51ykX4zQsiA-106" style="shape=partialRectangle;html=1;whiteSpace=wrap;connectable=0;fillColor=none;top=0;left=0;bottom=0;right=0;overflow=hidden;strokeColor=inherit;fontSize=16;" value="FK" vertex="1">
          <mxGeometry height="30" width="56" as="geometry">
            <mxRectangle height="30" width="56" as="alternateBounds" />
          </mxGeometry>
        </mxCell>
        <mxCell id="uQLEiAbMt51ykX4zQsiA-108" parent="uQLEiAbMt51ykX4zQsiA-106" style="shape=partialRectangle;html=1;whiteSpace=wrap;connectable=0;fillColor=none;top=0;left=0;bottom=0;right=0;align=left;spacingLeft=6;overflow=hidden;strokeColor=inherit;fontSize=16;" value="ID_PRODUCT" vertex="1">
          <mxGeometry height="30" width="194" x="56" as="geometry">
            <mxRectangle height="30" width="194" as="alternateBounds" />
          </mxGeometry>
        </mxCell>
        <mxCell id="uQLEiAbMt51ykX4zQsiA-109" parent="uQLEiAbMt51ykX4zQsiA-99" style="shape=tableRow;horizontal=0;startSize=0;swimlaneHead=0;swimlaneBody=0;top=0;left=0;bottom=0;right=0;collapsible=0;dropTarget=0;fillColor=none;points=[[0,0.5],[1,0.5]];portConstraint=eastwest;strokeColor=inherit;fontSize=16;" vertex="1">
          <mxGeometry height="30" width="250" y="120" as="geometry" />
        </mxCell>
        <mxCell id="uQLEiAbMt51ykX4zQsiA-110" parent="uQLEiAbMt51ykX4zQsiA-109" style="shape=partialRectangle;html=1;whiteSpace=wrap;connectable=0;fillColor=none;top=0;left=0;bottom=0;right=0;overflow=hidden;strokeColor=inherit;fontSize=16;" vertex="1">
          <mxGeometry height="30" width="56" as="geometry">
            <mxRectangle height="30" width="56" as="alternateBounds" />
          </mxGeometry>
        </mxCell>
        <mxCell id="uQLEiAbMt51ykX4zQsiA-111" parent="uQLEiAbMt51ykX4zQsiA-109" style="shape=partialRectangle;html=1;whiteSpace=wrap;connectable=0;fillColor=none;top=0;left=0;bottom=0;right=0;align=left;spacingLeft=6;overflow=hidden;strokeColor=inherit;fontSize=16;" value="QUANTITY" vertex="1">
          <mxGeometry height="30" width="194" x="56" as="geometry">
            <mxRectangle height="30" width="194" as="alternateBounds" />
          </mxGeometry>
        </mxCell>
        <mxCell id="uQLEiAbMt51ykX4zQsiA-112" parent="uQLEiAbMt51ykX4zQsiA-99" style="shape=tableRow;horizontal=0;startSize=0;swimlaneHead=0;swimlaneBody=0;top=0;left=0;bottom=0;right=0;collapsible=0;dropTarget=0;fillColor=none;points=[[0,0.5],[1,0.5]];portConstraint=eastwest;strokeColor=inherit;fontSize=16;" vertex="1">
          <mxGeometry height="30" width="250" y="150" as="geometry" />
        </mxCell>
        <mxCell id="uQLEiAbMt51ykX4zQsiA-113" parent="uQLEiAbMt51ykX4zQsiA-112" style="shape=partialRectangle;html=1;whiteSpace=wrap;connectable=0;fillColor=none;top=0;left=0;bottom=0;right=0;overflow=hidden;strokeColor=inherit;fontSize=16;" vertex="1">
          <mxGeometry height="30" width="56" as="geometry">
            <mxRectangle height="30" width="56" as="alternateBounds" />
          </mxGeometry>
        </mxCell>
        <mxCell id="uQLEiAbMt51ykX4zQsiA-114" parent="uQLEiAbMt51ykX4zQsiA-112" style="shape=partialRectangle;html=1;whiteSpace=wrap;connectable=0;fillColor=none;top=0;left=0;bottom=0;right=0;align=left;spacingLeft=6;overflow=hidden;strokeColor=inherit;fontSize=16;" value="PRICE_UNIT" vertex="1">
          <mxGeometry height="30" width="194" x="56" as="geometry">
            <mxRectangle height="30" width="194" as="alternateBounds" />
          </mxGeometry>
        </mxCell>
        <mxCell id="uQLEiAbMt51ykX4zQsiA-115" edge="1" parent="1" source="uQLEiAbMt51ykX4zQsiA-103" style="edgeStyle=orthogonalEdgeStyle;rounded=0;orthogonalLoop=1;jettySize=auto;html=1;endArrow=ERone;endFill=0;" target="uQLEiAbMt51ykX4zQsiA-49">
          <mxGeometry relative="1" as="geometry" />
        </mxCell>
        <mxCell id="uQLEiAbMt51ykX4zQsiA-116" edge="1" parent="1" source="uQLEiAbMt51ykX4zQsiA-106" style="edgeStyle=orthogonalEdgeStyle;rounded=0;orthogonalLoop=1;jettySize=auto;html=1;entryX=1;entryY=0.5;entryDx=0;entryDy=0;endArrow=ERoneToMany;endFill=0;" target="uQLEiAbMt51ykX4zQsiA-24">
          <mxGeometry relative="1" as="geometry">
            <Array as="points">
              <mxPoint x="790.06" y="465" />
              <mxPoint x="790.06" y="84.76" />
            </Array>
          </mxGeometry>
        </mxCell>
        <mxCell id="uQLEiAbMt51ykX4zQsiA-142" parent="1" style="shape=table;startSize=30;container=1;collapsible=0;childLayout=tableLayout;fixedRows=1;rowLines=0;fontStyle=0;strokeColor=default;fontSize=16;" value="SALE_STATUS" vertex="1">
          <mxGeometry height="120" width="250" x="160" y="570" as="geometry" />
        </mxCell>
        <mxCell id="uQLEiAbMt51ykX4zQsiA-143" parent="uQLEiAbMt51ykX4zQsiA-142" style="shape=tableRow;horizontal=0;startSize=0;swimlaneHead=0;swimlaneBody=0;top=0;left=0;bottom=0;right=0;collapsible=0;dropTarget=0;fillColor=none;points=[[0,0.5],[1,0.5]];portConstraint=eastwest;strokeColor=inherit;fontSize=16;" value="" vertex="1">
          <mxGeometry height="30" width="250" y="30" as="geometry" />
        </mxCell>
        <mxCell id="uQLEiAbMt51ykX4zQsiA-144" parent="uQLEiAbMt51ykX4zQsiA-143" style="shape=partialRectangle;html=1;whiteSpace=wrap;connectable=0;fillColor=none;top=0;left=0;bottom=0;right=0;overflow=hidden;pointerEvents=1;strokeColor=inherit;fontSize=16;" value="PK" vertex="1">
          <mxGeometry height="30" width="56" as="geometry">
            <mxRectangle height="30" width="56" as="alternateBounds" />
          </mxGeometry>
        </mxCell>
        <mxCell id="uQLEiAbMt51ykX4zQsiA-145" parent="uQLEiAbMt51ykX4zQsiA-143" style="shape=partialRectangle;html=1;whiteSpace=wrap;connectable=0;fillColor=none;top=0;left=0;bottom=0;right=0;align=left;spacingLeft=6;overflow=hidden;strokeColor=inherit;fontSize=16;" value="ID" vertex="1">
          <mxGeometry height="30" width="194" x="56" as="geometry">
            <mxRectangle height="30" width="194" as="alternateBounds" />
          </mxGeometry>
        </mxCell>
        <mxCell id="uQLEiAbMt51ykX4zQsiA-146" parent="uQLEiAbMt51ykX4zQsiA-142" style="shape=tableRow;horizontal=0;startSize=0;swimlaneHead=0;swimlaneBody=0;top=0;left=0;bottom=0;right=0;collapsible=0;dropTarget=0;fillColor=none;points=[[0,0.5],[1,0.5]];portConstraint=eastwest;strokeColor=inherit;fontSize=16;" value="" vertex="1">
          <mxGeometry height="30" width="250" y="60" as="geometry" />
        </mxCell>
        <mxCell id="uQLEiAbMt51ykX4zQsiA-147" parent="uQLEiAbMt51ykX4zQsiA-146" style="shape=partialRectangle;html=1;whiteSpace=wrap;connectable=0;fillColor=none;top=0;left=0;bottom=0;right=0;overflow=hidden;strokeColor=inherit;fontSize=16;" value="" vertex="1">
          <mxGeometry height="30" width="56" as="geometry">
            <mxRectangle height="30" width="56" as="alternateBounds" />
          </mxGeometry>
        </mxCell>
        <mxCell id="uQLEiAbMt51ykX4zQsiA-148" parent="uQLEiAbMt51ykX4zQsiA-146" style="shape=partialRectangle;html=1;whiteSpace=wrap;connectable=0;fillColor=none;top=0;left=0;bottom=0;right=0;align=left;spacingLeft=6;overflow=hidden;strokeColor=inherit;fontSize=16;" value="&lt;div&gt;NAME&lt;/div&gt;" vertex="1">
          <mxGeometry height="30" width="194" x="56" as="geometry">
            <mxRectangle height="30" width="194" as="alternateBounds" />
          </mxGeometry>
        </mxCell>
        <mxCell id="uQLEiAbMt51ykX4zQsiA-149" parent="uQLEiAbMt51ykX4zQsiA-142" style="shape=tableRow;horizontal=0;startSize=0;swimlaneHead=0;swimlaneBody=0;top=0;left=0;bottom=0;right=0;collapsible=0;dropTarget=0;fillColor=none;points=[[0,0.5],[1,0.5]];portConstraint=eastwest;strokeColor=inherit;fontSize=16;" value="" vertex="1">
          <mxGeometry height="30" width="250" y="90" as="geometry" />
        </mxCell>
        <mxCell id="uQLEiAbMt51ykX4zQsiA-150" parent="uQLEiAbMt51ykX4zQsiA-149" style="shape=partialRectangle;html=1;whiteSpace=wrap;connectable=0;fillColor=none;top=0;left=0;bottom=0;right=0;overflow=hidden;strokeColor=inherit;fontSize=16;" value="" vertex="1">
          <mxGeometry height="30" width="56" as="geometry">
            <mxRectangle height="30" width="56" as="alternateBounds" />
          </mxGeometry>
        </mxCell>
        <mxCell id="uQLEiAbMt51ykX4zQsiA-151" parent="uQLEiAbMt51ykX4zQsiA-149" style="shape=partialRectangle;html=1;whiteSpace=wrap;connectable=0;fillColor=none;top=0;left=0;bottom=0;right=0;align=left;spacingLeft=6;overflow=hidden;strokeColor=inherit;fontSize=16;" value="DESCRIPTION" vertex="1">
          <mxGeometry height="30" width="194" x="56" as="geometry">
            <mxRectangle height="30" width="194" as="alternateBounds" />
          </mxGeometry>
        </mxCell>
        <mxCell id="uQLEiAbMt51ykX4zQsiA-168" edge="1" parent="1" source="uQLEiAbMt51ykX4zQsiA-143" style="edgeStyle=orthogonalEdgeStyle;rounded=0;orthogonalLoop=1;jettySize=auto;html=1;entryX=0;entryY=0.5;entryDx=0;entryDy=0;endArrow=ERoneToMany;endFill=0;" target="uQLEiAbMt51ykX4zQsiA-164">
          <mxGeometry relative="1" as="geometry" />
        </mxCell>
        <mxCell id="uQLEiAbMt51ykX4zQsiA-170" parent="1" style="text;html=1;align=left;verticalAlign=middle;resizable=0;points=[];autosize=1;strokeColor=none;fillColor=none;fontSize=28;fontColor=light-dark(#0070F2,#4D4D4D);fontFamily=Helvetica;fontStyle=3" value="NEO_SALES" vertex="1">
          <mxGeometry height="50" width="190" x="90" y="-80" as="geometry" />
        </mxCell>
-         <mxCell id="uQLEiAbMt51ykX4zQsiA-171" parent="1" style="text;align=center;fontStyle=3;verticalAlign=middle;spacingLeft=3;spacingRight=3;strokeColor=none;rotatable=0;points=[[0,0.5],[1,0.5]];portConstraint=eastwest;html=1;fontColor=light-dark(#000000,#808080);" value="Version 1.0.0" vertex="1">
+         <mxCell id="uQLEiAbMt51ykX4zQsiA-171" parent="1" style="text;align=center;fontStyle=3;verticalAlign=middle;spacingLeft=3;spacingRight=3;strokeColor=none;rotatable=0;points=[[0,0.5],[1,0.5]];portConstraint=eastwest;html=1;fontColor=light-dark(#000000,#000000);" value="Version 1.0.0" vertex="1">
          <mxGeometry height="26" width="80" x="90" y="-30" as="geometry" />
        </mxCell>
      </root>
    </mxGraphModel>
  </diagram>
</mxfile>
